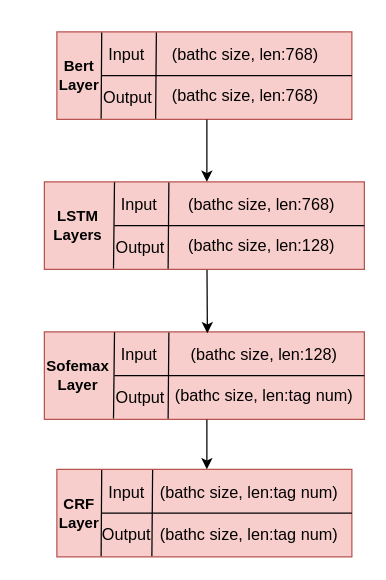
Earlier version of the draw.io diagram model-layers.drawio (yhx123hero/CyberspaceSecurity_NER). Source tidied: cells renumbered, new cells numbered last; positions are measured from the earlier drawing's top-left corner, leaving out a move shared by most shapes. Both pictures are drawn from the tidied source at 125%, with x=0, y=0 at pixel (44, 31).
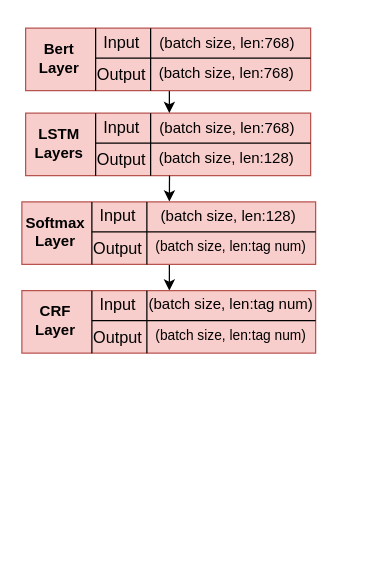
After the change.

Change to the diagram source:
```diff
@@
-    <mxCell id="2" style="rounded=0;whiteSpace=wrap;html=1;fillColor=#f8cecc;strokeColor=#b85450;" parent="1" vertex="1">
-      <mxGeometry x="10" width="236" height="70" as="geometry" />
-    </mxCell>
-    <mxCell id="3" style="endArrow=none;html=1;entryX=0.152;entryY=0.007;entryDx=0;entryDy=0;entryPerimeter=0;exitX=0.15;exitY=0.994;exitDx=0;exitDy=0;exitPerimeter=0;" parent="1" edge="1" source="2" target="2">
-      <mxGeometry relative="1" as="geometry" />
-    </mxCell>
-    <mxCell id="4" style="endArrow=none;html=1;entryX=0.152;entryY=0.007;entryDx=0;entryDy=0;entryPerimeter=0;exitX=0.15;exitY=0.994;exitDx=0;exitDy=0;exitPerimeter=0;" parent="1" edge="1">
-      <mxGeometry relative="1" as="geometry">
-        <mxPoint x="89" y="69.5" as="sourcePoint" />
-        <mxPoint x="89.6" y="0.5" as="targetPoint" />
-      </mxGeometry>
-    </mxCell>
-    <mxCell id="5" value="&lt;font style=&quot;font-size: 13px;&quot;&gt;Input&lt;br style=&quot;font-size: 13px;&quot;&gt;&lt;/font&gt;" style="text;html=1;strokeColor=none;fillColor=none;align=center;verticalAlign=middle;whiteSpace=wrap;rounded=0;fontSize=13;strokeWidth=3;fontStyle=0;" parent="1" vertex="1">
-      <mxGeometry x="56" y="13.2" width="20" height="10" as="geometry" />
-    </mxCell>
-    <mxCell id="6" value="Bert Layer" style="text;html=1;strokeColor=none;fillColor=none;align=center;verticalAlign=middle;whiteSpace=wrap;rounded=0;fontSize=12;labelBackgroundColor=none;strokeWidth=3;fontStyle=1;" parent="1" vertex="1">
-      <mxGeometry x="13" y="6.5" width="30" height="57" as="geometry" />
-    </mxCell>
-    <mxCell id="7" value="&lt;font style=&quot;font-size: 13px;&quot;&gt;Output&lt;br style=&quot;font-size: 13px;&quot;&gt;&lt;/font&gt;" style="text;html=1;strokeColor=none;fillColor=none;align=center;verticalAlign=middle;whiteSpace=wrap;rounded=0;fontSize=13;strokeWidth=3;fontStyle=0;" parent="1" vertex="1">
-      <mxGeometry x="57" y="46.8" width="20" height="10" as="geometry" />
-    </mxCell>
-    <mxCell id="8" style="line;strokeWidth=1;html=1;labelBackgroundColor=#ffffff;fontSize=4;" parent="1" vertex="1">
-      <mxGeometry x="46" y="30" width="200" height="10" as="geometry" />
-    </mxCell>
-    <mxCell id="9" value="(bathc size, len:768)" style="text;html=1;strokeColor=none;fillColor=none;align=center;verticalAlign=middle;whiteSpace=wrap;rounded=0;labelBackgroundColor=none;fontSize=13;strokeWidth=3;fontStyle=0;" parent="1" vertex="1">
-      <mxGeometry x="96" y="8" width="130" height="20" as="geometry" />
-    </mxCell>
-    <mxCell id="10" value="(bathc size, len:768)" style="text;html=1;strokeColor=none;fillColor=none;align=center;verticalAlign=middle;whiteSpace=wrap;rounded=0;labelBackgroundColor=none;fontSize=13;strokeWidth=3;fontStyle=0;labelBorderColor=none;" parent="1" vertex="1">
-      <mxGeometry x="96" y="41" width="130" height="20" as="geometry" />
-    </mxCell>
     <mxCell id="11" style="rounded=0;whiteSpace=wrap;html=1;fillColor=#f8cecc;strokeColor=#b85450;" parent="1" vertex="1">
-      <mxGeometry y="120" width="256" height="70" as="geometry" />
+      <mxGeometry x="-15" y="65" width="228" height="50" as="geometry" />
     </mxCell>
-    <mxCell id="12" style="endArrow=none;html=1;exitX=0.216;exitY=1.033;exitDx=0;exitDy=0;exitPerimeter=0;entryX=0.219;entryY=0.018;entryDx=0;entryDy=0;entryPerimeter=0;" parent="1" edge="1">
+    <mxCell id="12" style="endArrow=none;html=1;" parent="1" edge="1">
       <mxGeometry relative="1" as="geometry">
-        <mxPoint x="55.3" y="189.3" as="sourcePoint" />
-        <mxPoint x="56.1" y="120.3" as="targetPoint" />
+        <mxPoint x="41" y="115" as="sourcePoint" />
+        <mxPoint x="41" y="65" as="targetPoint" />
       </mxGeometry>
     </mxCell>
-    <mxCell id="13" style="endArrow=none;html=1;entryX=0.152;entryY=0.007;entryDx=0;entryDy=0;entryPerimeter=0;exitX=0.15;exitY=0.994;exitDx=0;exitDy=0;exitPerimeter=0;" parent="1" edge="1">
+    <mxCell id="13" style="endArrow=none;html=1;" parent="1" edge="1">
       <mxGeometry relative="1" as="geometry">
-        <mxPoint x="99" y="189.5" as="sourcePoint" />
-        <mxPoint x="99.6" y="120.5" as="targetPoint" />
+        <mxPoint x="85" y="115" as="sourcePoint" />
+        <mxPoint x="85" y="65" as="targetPoint" />
       </mxGeometry>
     </mxCell>
     <mxCell id="14" value="&lt;font style=&quot;font-size: 13px;&quot;&gt;Input&lt;br style=&quot;font-size: 13px;&quot;&gt;&lt;/font&gt;" style="text;html=1;strokeColor=none;fillColor=none;align=center;verticalAlign=middle;whiteSpace=wrap;rounded=0;fontSize=13;strokeWidth=3;fontStyle=0;" parent="1" vertex="1">
-      <mxGeometry x="66" y="133.2" width="20" height="10" as="geometry" />
+      <mxGeometry x="52" y="71.2" width="20" height="10" as="geometry" />
     </mxCell>
     <mxCell id="15" value="LSTM Layers" style="text;html=1;strokeColor=none;fillColor=none;align=center;verticalAlign=middle;whiteSpace=wrap;rounded=0;fontSize=12;labelBackgroundColor=none;strokeWidth=3;fontStyle=1;" parent="1" vertex="1">
-      <mxGeometry x="12" y="126" width="30" height="57" as="geometry" />
+      <mxGeometry x="-3" y="60" width="30" height="57" as="geometry" />
     </mxCell>
     <mxCell id="16" value="&lt;font style=&quot;font-size: 13px;&quot;&gt;Output&lt;br style=&quot;font-size: 13px;&quot;&gt;&lt;/font&gt;" style="text;html=1;strokeColor=none;fillColor=none;align=center;verticalAlign=middle;whiteSpace=wrap;rounded=0;fontSize=13;strokeWidth=3;fontStyle=0;" parent="1" vertex="1">
-      <mxGeometry x="67" y="166.8" width="20" height="10" as="geometry" />
+      <mxGeometry x="52" y="96.8" width="20" height="10" as="geometry" />
     </mxCell>
     <mxCell id="17" style="line;strokeWidth=1;html=1;labelBackgroundColor=#ffffff;fontSize=4;" parent="1" vertex="1">
-      <mxGeometry x="56" y="150" width="200" height="10" as="geometry" />
+      <mxGeometry x="41" y="84" width="172" height="10" as="geometry" />
     </mxCell>
-    <mxCell id="18" value="(bathc size, len:768)" style="text;html=1;strokeColor=none;fillColor=none;align=center;verticalAlign=middle;whiteSpace=wrap;rounded=0;labelBackgroundColor=none;fontSize=13;strokeWidth=3;fontStyle=0;" parent="1" vertex="1">
-      <mxGeometry x="109" y="128" width="130" height="20" as="geometry" />
+    <mxCell id="18" value="(batch size, len:768)" style="text;html=1;strokeColor=none;fillColor=none;align=center;verticalAlign=middle;whiteSpace=wrap;rounded=0;labelBackgroundColor=none;fontSize=12;strokeWidth=3;fontStyle=0;" parent="1" vertex="1">
+      <mxGeometry x="86" y="68" width="121" height="17" as="geometry" />
     </mxCell>
-    <mxCell id="19" value="(bathc size, len:128)" style="text;html=1;strokeColor=none;fillColor=none;align=center;verticalAlign=middle;whiteSpace=wrap;rounded=0;labelBackgroundColor=none;fontSize=13;strokeWidth=3;fontStyle=0;labelBorderColor=none;" parent="1" vertex="1">
-      <mxGeometry x="109" y="161" width="130" height="20" as="geometry" />
+    <mxCell id="19" value="(batch size, len:128)" style="text;html=1;strokeColor=none;fillColor=none;align=center;verticalAlign=middle;whiteSpace=wrap;rounded=0;labelBackgroundColor=none;fontSize=12;strokeWidth=3;fontStyle=0;labelBorderColor=none;" parent="1" vertex="1">
+      <mxGeometry x="85.2" y="91" width="121.5" height="20" as="geometry" />
     </mxCell>
-    <mxCell id="20" style="rounded=0;whiteSpace=wrap;html=1;fillColor=#f8cecc;strokeColor=#b85450;" parent="1" vertex="1">
-      <mxGeometry x="10" y="350" width="236" height="70" as="geometry" />
-    </mxCell>
-    <mxCell id="21" style="endArrow=none;html=1;entryX=0.152;entryY=0.007;entryDx=0;entryDy=0;entryPerimeter=0;exitX=0.15;exitY=0.994;exitDx=0;exitDy=0;exitPerimeter=0;" parent="1" edge="1" source="20" target="20">
-      <mxGeometry relative="1" as="geometry" />
-    </mxCell>
-    <mxCell id="22" style="endArrow=none;html=1;entryX=0.152;entryY=0.007;entryDx=0;entryDy=0;entryPerimeter=0;exitX=0.15;exitY=0.994;exitDx=0;exitDy=0;exitPerimeter=0;" parent="1" edge="1">
-      <mxGeometry relative="1" as="geometry">
-        <mxPoint x="86" y="419.5" as="sourcePoint" />
-        <mxPoint x="86.6" y="350.5" as="targetPoint" />
-      </mxGeometry>
-    </mxCell>
-    <mxCell id="23" value="&lt;font style=&quot;font-size: 13px;&quot;&gt;Input&lt;br style=&quot;font-size: 13px;&quot;&gt;&lt;/font&gt;" style="text;html=1;strokeColor=none;fillColor=none;align=center;verticalAlign=middle;whiteSpace=wrap;rounded=0;fontSize=13;strokeWidth=3;fontStyle=0;" parent="1" vertex="1">
-      <mxGeometry x="56" y="363.2" width="20" height="10" as="geometry" />
-    </mxCell>
-    <mxCell id="24" value="CRF Layer" style="text;html=1;strokeColor=none;fillColor=none;align=center;verticalAlign=middle;whiteSpace=wrap;rounded=0;fontSize=12;labelBackgroundColor=none;strokeWidth=3;fontStyle=1;" parent="1" vertex="1">
-      <mxGeometry x="13" y="356.5" width="30" height="57" as="geometry" />
-    </mxCell>
-    <mxCell id="25" value="&lt;font style=&quot;font-size: 13px;&quot;&gt;Output&lt;br style=&quot;font-size: 13px;&quot;&gt;&lt;/font&gt;" style="text;html=1;strokeColor=none;fillColor=none;align=center;verticalAlign=middle;whiteSpace=wrap;rounded=0;fontSize=13;strokeWidth=3;fontStyle=0;" parent="1" vertex="1">
-      <mxGeometry x="56" y="396.8" width="20" height="10" as="geometry" />
-    </mxCell>
-    <mxCell id="26" style="line;strokeWidth=1;html=1;labelBackgroundColor=#ffffff;fontSize=4;" parent="1" vertex="1">
-      <mxGeometry x="46" y="380" width="200" height="10" as="geometry" />
-    </mxCell>
-    <mxCell id="27" value="(bathc size, len:tag num)" style="text;html=1;strokeColor=none;fillColor=none;align=center;verticalAlign=middle;whiteSpace=wrap;rounded=0;labelBackgroundColor=none;fontSize=13;strokeWidth=3;fontStyle=0;" parent="1" vertex="1">
-      <mxGeometry x="87" y="358.2" width="154" height="20" as="geometry" />
-    </mxCell>
-    <mxCell id="28" style="rounded=0;whiteSpace=wrap;html=1;fillColor=#f8cecc;strokeColor=#b85450;" parent="1" vertex="1">
-      <mxGeometry y="240" width="256" height="70" as="geometry" />
-    </mxCell>
-    <mxCell id="29" style="endArrow=none;html=1;exitX=0.216;exitY=1.033;exitDx=0;exitDy=0;exitPerimeter=0;entryX=0.219;entryY=0.018;entryDx=0;entryDy=0;entryPerimeter=0;" parent="1" edge="1">
-      <mxGeometry relative="1" as="geometry">
-        <mxPoint x="55.3" y="309.3" as="sourcePoint" />
-        <mxPoint x="56.1" y="240.3" as="targetPoint" />
-      </mxGeometry>
-    </mxCell>
-    <mxCell id="30" style="endArrow=none;html=1;entryX=0.152;entryY=0.007;entryDx=0;entryDy=0;entryPerimeter=0;exitX=0.15;exitY=0.994;exitDx=0;exitDy=0;exitPerimeter=0;" parent="1" edge="1">
-      <mxGeometry relative="1" as="geometry">
-        <mxPoint x="99" y="309.5" as="sourcePoint" />
-        <mxPoint x="99.6" y="240.5" as="targetPoint" />
-      </mxGeometry>
-    </mxCell>
-    <mxCell id="31" value="&lt;font style=&quot;font-size: 13px;&quot;&gt;Input&lt;br style=&quot;font-size: 13px;&quot;&gt;&lt;/font&gt;" style="text;html=1;strokeColor=none;fillColor=none;align=center;verticalAlign=middle;whiteSpace=wrap;rounded=0;fontSize=13;strokeWidth=3;fontStyle=0;" parent="1" vertex="1">
-      <mxGeometry x="66" y="253.2" width="20" height="10" as="geometry" />
-    </mxCell>
-    <mxCell id="32" value="Sofemax&lt;br&gt;Layer" style="text;html=1;strokeColor=none;fillColor=none;align=center;verticalAlign=middle;whiteSpace=wrap;rounded=0;fontSize=12;labelBackgroundColor=none;strokeWidth=3;fontStyle=1;" parent="1" vertex="1">
-      <mxGeometry x="12" y="246" width="30" height="57" as="geometry" />
-    </mxCell>
-    <mxCell id="33" value="&lt;font style=&quot;font-size: 13px;&quot;&gt;Output&lt;br style=&quot;font-size: 13px;&quot;&gt;&lt;/font&gt;" style="text;html=1;strokeColor=none;fillColor=none;align=center;verticalAlign=middle;whiteSpace=wrap;rounded=0;fontSize=13;strokeWidth=3;fontStyle=0;" parent="1" vertex="1">
-      <mxGeometry x="67" y="286.8" width="20" height="10" as="geometry" />
-    </mxCell>
-    <mxCell id="34" style="line;strokeWidth=1;html=1;labelBackgroundColor=#ffffff;fontSize=4;" parent="1" vertex="1">
-      <mxGeometry x="56" y="270" width="200" height="10" as="geometry" />
-    </mxCell>
-    <mxCell id="35" value="(bathc size, len:128)" style="text;html=1;strokeColor=none;fillColor=none;align=center;verticalAlign=middle;whiteSpace=wrap;rounded=0;labelBackgroundColor=none;fontSize=13;strokeWidth=3;fontStyle=0;" parent="1" vertex="1">
-      <mxGeometry x="111" y="248.2" width="130" height="20" as="geometry" />
-    </mxCell>
-    <mxCell id="36" value="(bathc size, len:tag num)" style="text;html=1;strokeColor=none;fillColor=none;align=center;verticalAlign=middle;whiteSpace=wrap;rounded=0;labelBackgroundColor=none;fontSize=13;strokeWidth=3;fontStyle=0;labelBorderColor=none;" parent="1" vertex="1">
-      <mxGeometry x="99" y="281" width="154" height="20" as="geometry" />
-    </mxCell>
-    <mxCell id="37" value="(bathc size, len:tag num)" style="text;html=1;strokeColor=none;fillColor=none;align=center;verticalAlign=middle;whiteSpace=wrap;rounded=0;labelBackgroundColor=none;fontSize=13;strokeWidth=3;fontStyle=0;" parent="1" vertex="1">
-      <mxGeometry x="87" y="391.5" width="154" height="20" as="geometry" />
-    </mxCell>
-    <mxCell id="38" style="endArrow=classic;html=1;fontSize=13;exitX=0.5;exitY=1;exitDx=0;exitDy=0;entryX=0.5;entryY=0;entryDx=0;entryDy=0;" parent="1" edge="1">
+    <mxCell id="38" style="endArrow=classic;html=1;fontSize=13;exitX=0.5;exitY=1;exitDx=0;exitDy=0;" parent="1" edge="1">
       <mxGeometry relative="1" as="geometry">
-        <mxPoint x="130" y="70" as="sourcePoint" />
-        <mxPoint x="130" y="120" as="targetPoint" />
+        <mxPoint x="100" y="47" as="sourcePoint" />
+        <mxPoint x="100" y="65" as="targetPoint" />
       </mxGeometry>
     </mxCell>
-    <mxCell id="39" style="endArrow=classic;html=1;fontSize=13;exitX=0.524;exitY=1.005;exitDx=0;exitDy=0;exitPerimeter=0;entryX=0.525;entryY=0.016;entryDx=0;entryDy=0;entryPerimeter=0;" parent="1" edge="1">
+    <mxCell id="39" style="endArrow=classic;html=1;fontSize=13;exitX=0.524;exitY=1.005;exitDx=0;exitDy=0;exitPerimeter=0;" parent="1" edge="1">
       <mxGeometry relative="1" as="geometry">
-        <mxPoint x="130.1" y="190.4" as="sourcePoint" />
-        <mxPoint x="130.4" y="241.1" as="targetPoint" />
+        <mxPoint x="100.1" y="115" as="sourcePoint" />
+        <mxPoint x="100" y="135.7" as="targetPoint" />
       </mxGeometry>
     </mxCell>
-    <mxCell id="40" style="endArrow=classic;html=1;fontSize=13;exitX=0.5;exitY=1;exitDx=0;exitDy=0;entryX=0.5;entryY=0;entryDx=0;entryDy=0;" parent="1" edge="1">
+    <mxCell id="40" style="endArrow=classic;html=1;fontSize=13;exitX=0.5;exitY=1;exitDx=0;exitDy=0;" parent="1" edge="1">
       <mxGeometry relative="1" as="geometry">
-        <mxPoint x="130" y="310" as="sourcePoint" />
-        <mxPoint x="130" y="350" as="targetPoint" />
+        <mxPoint x="100" y="186" as="sourcePoint" />
+        <mxPoint x="100" y="207" as="targetPoint" />
       </mxGeometry>
     </mxCell>
+    <mxCell id="41" style="rounded=0;whiteSpace=wrap;html=1;fillColor=#f8cecc;strokeColor=#b85450;" parent="1" vertex="1">
+      <mxGeometry x="-15" y="-3" width="228" height="50" as="geometry" />
+    </mxCell>
+    <mxCell id="42" style="endArrow=none;html=1;" parent="1" edge="1">
+      <mxGeometry relative="1" as="geometry">
+        <mxPoint x="41" y="47" as="sourcePoint" />
+        <mxPoint x="41" y="-3" as="targetPoint" />
+      </mxGeometry>
+    </mxCell>
+    <mxCell id="43" style="endArrow=none;html=1;" parent="1" edge="1">
+      <mxGeometry relative="1" as="geometry">
+        <mxPoint x="85" y="47" as="sourcePoint" />
+        <mxPoint x="85" y="-3" as="targetPoint" />
+      </mxGeometry>
+    </mxCell>
+    <mxCell id="44" value="&lt;font style=&quot;font-size: 13px;&quot;&gt;Input&lt;br style=&quot;font-size: 13px;&quot;&gt;&lt;/font&gt;" style="text;html=1;strokeColor=none;fillColor=none;align=center;verticalAlign=middle;whiteSpace=wrap;rounded=0;fontSize=13;strokeWidth=3;fontStyle=0;" parent="1" vertex="1">
+      <mxGeometry x="52" y="3.2" width="20" height="10" as="geometry" />
+    </mxCell>
+    <mxCell id="6" value="Bert&lt;br&gt;Layer" style="text;html=1;strokeColor=none;fillColor=none;align=center;verticalAlign=middle;whiteSpace=wrap;rounded=0;fontSize=12;labelBackgroundColor=none;strokeWidth=3;fontStyle=1;" parent="1" vertex="1">
+      <mxGeometry x="-3" y="-8" width="30" height="57" as="geometry" />
+    </mxCell>
+    <mxCell id="45" value="&lt;font style=&quot;font-size: 13px;&quot;&gt;Output&lt;br style=&quot;font-size: 13px;&quot;&gt;&lt;/font&gt;" style="text;html=1;strokeColor=none;fillColor=none;align=center;verticalAlign=middle;whiteSpace=wrap;rounded=0;fontSize=13;strokeWidth=3;fontStyle=0;" parent="1" vertex="1">
+      <mxGeometry x="52" y="28.8" width="20" height="10" as="geometry" />
+    </mxCell>
+    <mxCell id="46" style="line;strokeWidth=1;html=1;labelBackgroundColor=#ffffff;fontSize=4;" parent="1" vertex="1">
+      <mxGeometry x="41" y="16" width="172" height="10" as="geometry" />
+    </mxCell>
+    <mxCell id="47" value="(batch size, len:768)" style="text;html=1;strokeColor=none;fillColor=none;align=center;verticalAlign=middle;whiteSpace=wrap;rounded=0;labelBackgroundColor=none;fontSize=12;strokeWidth=3;fontStyle=0;" parent="1" vertex="1">
+      <mxGeometry x="86" width="121" height="17" as="geometry" />
+    </mxCell>
+    <mxCell id="48" value="(batch size, len:768)" style="text;html=1;strokeColor=none;fillColor=none;align=center;verticalAlign=middle;whiteSpace=wrap;rounded=0;labelBackgroundColor=none;fontSize=12;strokeWidth=3;fontStyle=0;labelBorderColor=none;" parent="1" vertex="1">
+      <mxGeometry x="85.2" y="23" width="121.5" height="20" as="geometry" />
+    </mxCell>
+    <mxCell id="49" style="rounded=0;whiteSpace=wrap;html=1;fillColor=#f8cecc;strokeColor=#b85450;" parent="1" vertex="1">
+      <mxGeometry x="-18" y="136" width="235" height="50" as="geometry" />
+    </mxCell>
+    <mxCell id="50" style="endArrow=none;html=1;" parent="1" edge="1">
+      <mxGeometry relative="1" as="geometry">
+        <mxPoint x="38" y="186" as="sourcePoint" />
+        <mxPoint x="38" y="136" as="targetPoint" />
+      </mxGeometry>
+    </mxCell>
+    <mxCell id="51" style="endArrow=none;html=1;" parent="1" edge="1">
+      <mxGeometry relative="1" as="geometry">
+        <mxPoint x="82" y="186" as="sourcePoint" />
+        <mxPoint x="82" y="136" as="targetPoint" />
+      </mxGeometry>
+    </mxCell>
+    <mxCell id="52" value="&lt;font style=&quot;font-size: 13px;&quot;&gt;Input&lt;br style=&quot;font-size: 13px;&quot;&gt;&lt;/font&gt;" style="text;html=1;strokeColor=none;fillColor=none;align=center;verticalAlign=middle;whiteSpace=wrap;rounded=0;fontSize=13;strokeWidth=3;fontStyle=0;" parent="1" vertex="1">
+      <mxGeometry x="49" y="142.2" width="20" height="10" as="geometry" />
+    </mxCell>
+    <mxCell id="53" value="Softmax&lt;br&gt;Layer" style="text;html=1;strokeColor=none;fillColor=none;align=center;verticalAlign=middle;whiteSpace=wrap;rounded=0;fontSize=12;labelBackgroundColor=none;strokeWidth=3;fontStyle=1;" parent="1" vertex="1">
+      <mxGeometry x="-6" y="131" width="30" height="57" as="geometry" />
+    </mxCell>
+    <mxCell id="54" value="&lt;font style=&quot;font-size: 13px;&quot;&gt;Output&lt;br style=&quot;font-size: 13px;&quot;&gt;&lt;/font&gt;" style="text;html=1;strokeColor=none;fillColor=none;align=center;verticalAlign=middle;whiteSpace=wrap;rounded=0;fontSize=13;strokeWidth=3;fontStyle=0;" parent="1" vertex="1">
+      <mxGeometry x="49" y="167.8" width="20" height="10" as="geometry" />
+    </mxCell>
+    <mxCell id="55" style="line;strokeWidth=1;html=1;labelBackgroundColor=#ffffff;fontSize=4;" parent="1" vertex="1">
+      <mxGeometry x="38" y="155" width="179" height="10" as="geometry" />
+    </mxCell>
+    <mxCell id="56" value="(batch size, len:128)" style="text;html=1;strokeColor=none;fillColor=none;align=center;verticalAlign=middle;whiteSpace=wrap;rounded=0;labelBackgroundColor=none;fontSize=12;strokeWidth=3;fontStyle=0;" parent="1" vertex="1">
+      <mxGeometry x="87" y="139" width="121" height="17" as="geometry" />
+    </mxCell>
+    <mxCell id="57" value="(batch size, len:tag num)" style="text;html=1;strokeColor=none;fillColor=none;align=center;verticalAlign=middle;whiteSpace=wrap;rounded=0;labelBackgroundColor=none;fontSize=11;strokeWidth=2;fontStyle=0;labelBorderColor=none;" parent="1" vertex="1">
+      <mxGeometry x="81.2" y="162" width="136.8" height="20" as="geometry" />
+    </mxCell>
+    <mxCell id="58" style="rounded=0;whiteSpace=wrap;html=1;fillColor=#f8cecc;strokeColor=#b85450;" parent="1" vertex="1">
+      <mxGeometry x="-18" y="207" width="235" height="50" as="geometry" />
+    </mxCell>
+    <mxCell id="59" style="endArrow=none;html=1;" parent="1" edge="1">
+      <mxGeometry relative="1" as="geometry">
+        <mxPoint x="38" y="257" as="sourcePoint" />
+        <mxPoint x="38" y="207" as="targetPoint" />
+      </mxGeometry>
+    </mxCell>
+    <mxCell id="60" style="endArrow=none;html=1;" parent="1" edge="1">
+      <mxGeometry relative="1" as="geometry">
+        <mxPoint x="82" y="257" as="sourcePoint" />
+        <mxPoint x="82" y="207" as="targetPoint" />
+      </mxGeometry>
+    </mxCell>
+    <mxCell id="61" value="&lt;font style=&quot;font-size: 13px;&quot;&gt;Input&lt;br style=&quot;font-size: 13px;&quot;&gt;&lt;/font&gt;" style="text;html=1;strokeColor=none;fillColor=none;align=center;verticalAlign=middle;whiteSpace=wrap;rounded=0;fontSize=13;strokeWidth=3;fontStyle=0;" parent="1" vertex="1">
+      <mxGeometry x="49" y="213.2" width="20" height="10" as="geometry" />
+    </mxCell>
+    <mxCell id="24" value="CRF&lt;br&gt;Layer" style="text;html=1;strokeColor=none;fillColor=none;align=center;verticalAlign=middle;whiteSpace=wrap;rounded=0;fontSize=12;labelBackgroundColor=none;strokeWidth=3;fontStyle=1;" parent="1" vertex="1">
+      <mxGeometry x="-6" y="202" width="30" height="57" as="geometry" />
+    </mxCell>
+    <mxCell id="62" value="&lt;font style=&quot;font-size: 13px;&quot;&gt;Output&lt;br style=&quot;font-size: 13px;&quot;&gt;&lt;/font&gt;" style="text;html=1;strokeColor=none;fillColor=none;align=center;verticalAlign=middle;whiteSpace=wrap;rounded=0;fontSize=13;strokeWidth=3;fontStyle=0;" parent="1" vertex="1">
+      <mxGeometry x="49" y="238.8" width="20" height="10" as="geometry" />
+    </mxCell>
+    <mxCell id="63" style="line;strokeWidth=1;html=1;labelBackgroundColor=#ffffff;fontSize=4;" parent="1" vertex="1">
+      <mxGeometry x="38" y="226" width="179" height="10" as="geometry" />
+    </mxCell>
+    <mxCell id="64" value="(batch size, len:tag num)" style="text;html=1;strokeColor=none;fillColor=none;align=center;verticalAlign=middle;whiteSpace=wrap;rounded=0;labelBackgroundColor=none;fontSize=12;strokeWidth=3;fontStyle=0;" parent="1" vertex="1">
+      <mxGeometry x="78.1" y="209.8" width="143" height="17" as="geometry" />
+    </mxCell>
+    <mxCell id="65" value="(batch size, len:tag num)" style="text;html=1;strokeColor=none;fillColor=none;align=center;verticalAlign=middle;whiteSpace=wrap;rounded=0;labelBackgroundColor=none;fontSize=11;strokeWidth=2;fontStyle=0;labelBorderColor=none;" parent="1" vertex="1">
+      <mxGeometry x="81.2" y="233" width="136.8" height="20" as="geometry" />
+    </mxCell>
```
